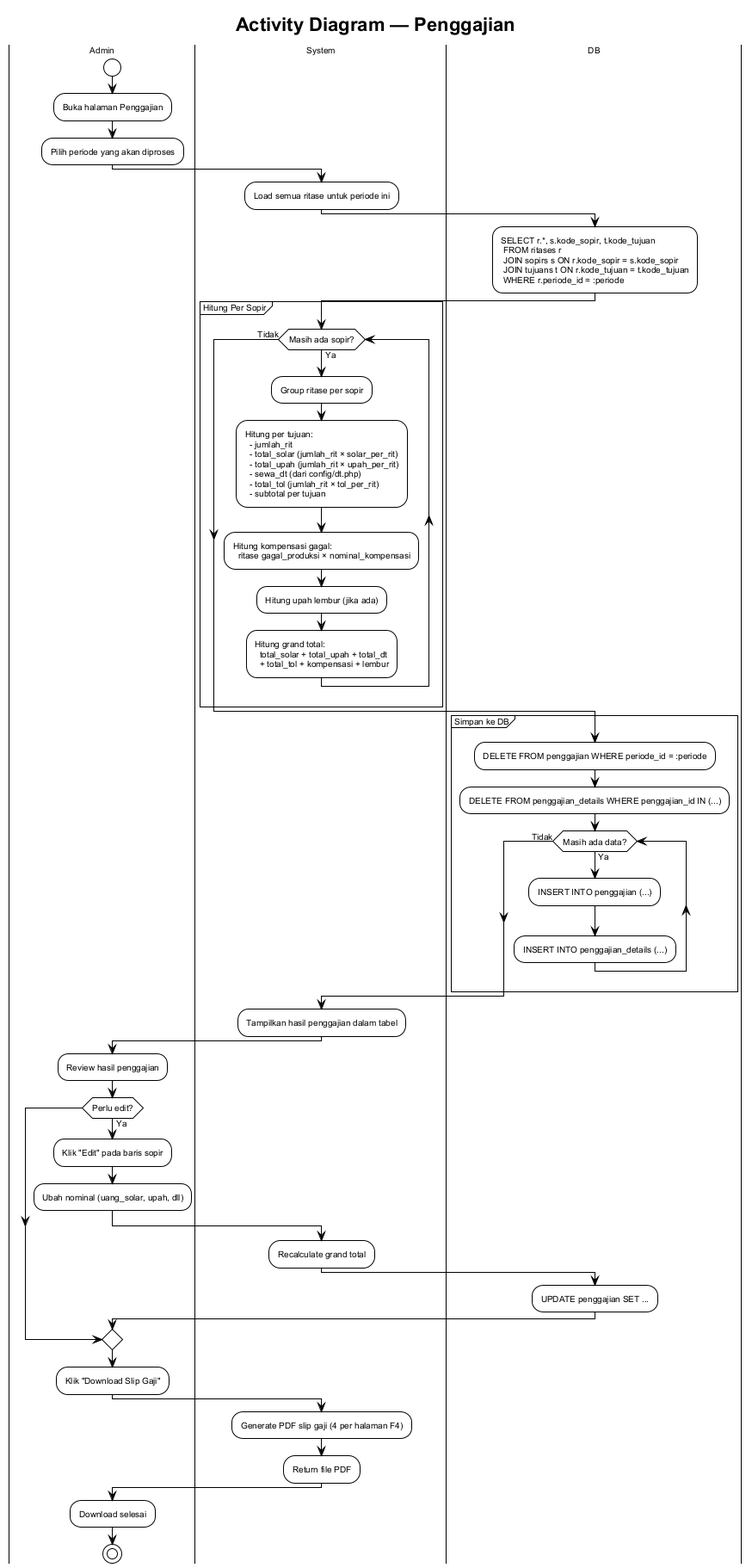
Before: diagrams/activity/activity-penggajian.png, a diagram exported from PlantUML (riandafatur28/sidigas-gaji-sopir-truck).
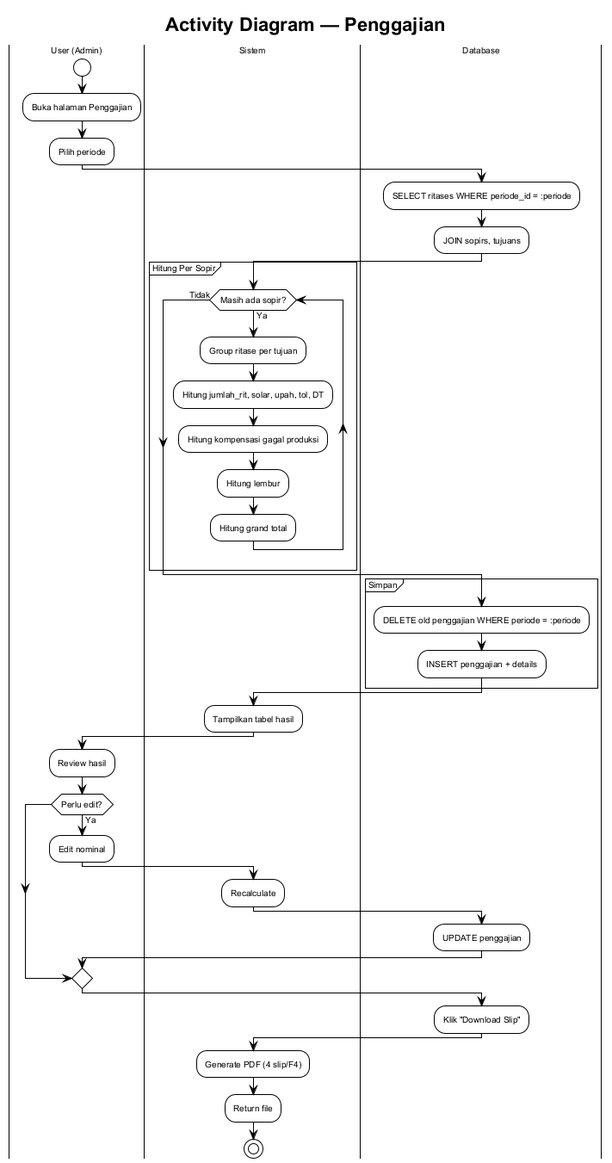
After the commit.

What changed in the source:
```diff
@@ -6,76 +6,52 @@
 
 title Activity Diagram — Penggajian
 
-|Admin|
+|User (Admin)|
 start
 :Buka halaman Penggajian;
-:Pilih periode yang akan diproses;
+:Pilih periode;
 
-|System|
-:Load semua ritase untuk periode ini;
+|Sistem|
+|Database|
+:SELECT ritases WHERE periode_id = :periode;
+:JOIN sopirs, tujuans;
 
-|DB|
-:SELECT r.*, s.kode_sopir, t.kode_tujuan
- FROM ritases r
- JOIN sopirs s ON r.kode_sopir = s.kode_sopir
- JOIN tujuans t ON r.kode_tujuan = t.kode_tujuan
- WHERE r.periode_id = :periode;
-
-|System|
+|Sistem|
 
 partition "Hitung Per Sopir" {
   while (Masih ada sopir?) is (Ya)
-    :Group ritase per sopir;
-    :Hitung per tujuan:
-      - jumlah_rit
-      - total_solar (jumlah_rit × solar_per_rit)
-      - total_upah (jumlah_rit × upah_per_rit)
-      - sewa_dt (dari config/dt.php)
-      - total_tol (jumlah_rit × tol_per_rit)
-      - subtotal per tujuan;
-
-    :Hitung kompensasi gagal:
-      ritase gagal_produksi × nominal_kompensasi;
-    :Hitung upah lembur (jika ada);
-    :Hitung grand total:
-      total_solar + total_upah + total_dt
-      + total_tol + kompensasi + lembur;
+    :Group ritase per tujuan;
+    :Hitung jumlah_rit, solar, upah, tol, DT;
+    :Hitung kompensasi gagal produksi;
+    :Hitung lembur;
+    :Hitung grand total;
   endwhile (Tidak)
 }
 
-partition "Simpan ke DB" {
-  |DB|
-  :DELETE FROM penggajian WHERE periode_id = :periode;
-  :DELETE FROM penggajian_details WHERE penggajian_id IN (...);
-
-  while (Masih ada data?) is (Ya)
-    :INSERT INTO penggajian (...);
-    :INSERT INTO penggajian_details (...);
-  endwhile (Tidak)
+partition "Simpan" {
+  |Database|
+  :DELETE old penggajian WHERE periode = :periode;
+  :INSERT penggajian + details;
 }
 
-|System|
-:Tampilkan hasil penggajian dalam tabel;
+|Sistem|
+:Tampilkan tabel hasil;
 
-|Admin|
-:Review hasil penggajian;
+|User (Admin)|
+:Review hasil;
 if (Perlu edit?) then (Ya)
-  :Klik "Edit" pada baris sopir;
-  :Ubah nominal (uang_solar, upah, dll);
-  |System|
-  :Recalculate grand total;
-  |DB|
-  :UPDATE penggajian SET ...;
-  |Admin|
+  :Edit nominal;
+  |Sistem|
+  :Recalculate;
+  |Database|
+  :UPDATE penggajian;
 endif
 
-:Klik "Download Slip Gaji";
-|System|
-:Generate PDF slip gaji (4 per halaman F4);
-:Return file PDF;
+:Klik "Download Slip";
 
-|Admin|
-:Download selesai;
+|Sistem|
+:Generate PDF (4 slip/F4);
+:Return file;
 stop
 
 @enduml
```
